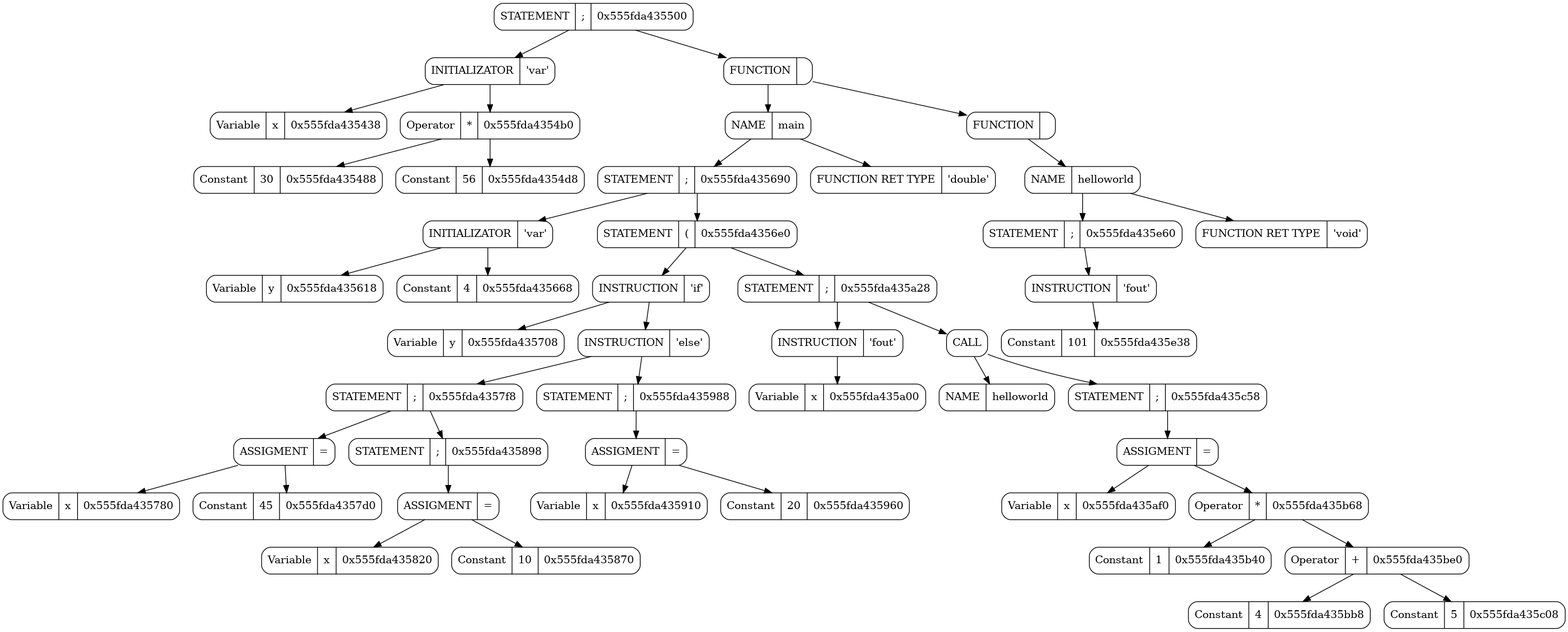
Above: graphics/kek.png in ArsenySamoylov/Lang (Graphviz), before the change. Its source is kept beside it as graphics/dot/kek.dot.
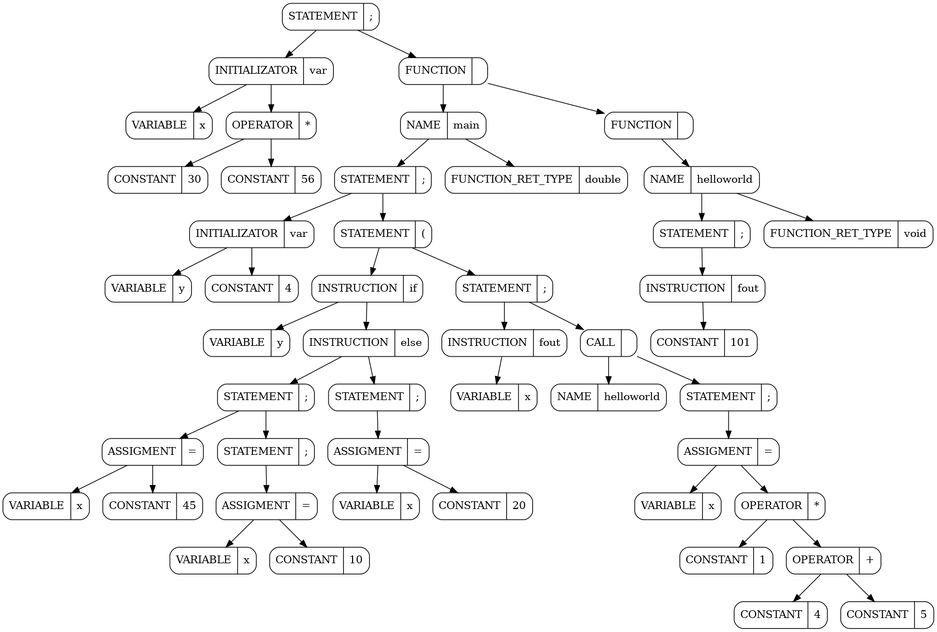
Later version of the same file.

The edit, as a diff of the source:
```diff
@@ -1,175 +1,147 @@
 digraph
 {
 rankdir = TB # RANKDIR
-		node_0x555fda435500 [shape = Mrecord label =  "STATEMENT   | {;} | {0x555fda435500}"]
-		node_0x555fda435410 [shape = Mrecord label =  "INITIALIZATOR | {'var'}
-
-"]
-		node_0x555fda435500 -> node_0x555fda435410
-		node_0x555fda435410 [shape = Mrecord label =  "INITIALIZATOR | {'var'}
-
-"]
-		node_0x555fda435438 [shape = Mrecord label =  "Variable | {x} | {0x555fda435438}"]
-		node_0x555fda435410 -> node_0x555fda435438
-		node_0x555fda435438 [shape = Mrecord label =  "Variable | {x} | {0x555fda435438}"]
-		node_0x555fda4354b0 [shape = Mrecord label =  "Operator | {*} | {0x555fda4354b0}"]
-		node_0x555fda435410 -> node_0x555fda4354b0
-		node_0x555fda4354b0 [shape = Mrecord label =  "Operator | {*} | {0x555fda4354b0}"]
-		node_0x555fda435488 [shape = Mrecord label =  "Constant | {30} | {0x555fda435488}"]
-		node_0x555fda4354b0 -> node_0x555fda435488
-		node_0x555fda435488 [shape = Mrecord label =  "Constant | {30} | {0x555fda435488}"]
-		node_0x555fda4354d8 [shape = Mrecord label =  "Constant | {56} | {0x555fda4354d8}"]
-		node_0x555fda4354b0 -> node_0x555fda4354d8
-		node_0x555fda4354d8 [shape = Mrecord label =  "Constant | {56} | {0x555fda4354d8}"]
-		node_0x555fda435cf8 [shape = Mrecord label =  "FUNCTION | {}} | {0x555fda435cf8}"]
-		node_0x555fda435500 -> node_0x555fda435cf8
-		node_0x555fda435cf8 [shape = Mrecord label =  "FUNCTION | {}} | {0x555fda435cf8}"]
-		node_0x555fda434a60 [shape = Mrecord label =  "NAME | {main}
-
-"]
-		node_0x555fda435cf8 -> node_0x555fda434a60
-		node_0x555fda434a60 [shape = Mrecord label =  "NAME | {main}
-
-"]
-		node_0x555fda435690 [shape = Mrecord label =  "STATEMENT   | {;} | {0x555fda435690}"]
-		node_0x555fda434a60 -> node_0x555fda435690
-		node_0x555fda435690 [shape = Mrecord label =  "STATEMENT   | {;} | {0x555fda435690}"]
-		node_0x555fda4355f0 [shape = Mrecord label =  "INITIALIZATOR | {'var'}
-
-"]
-		node_0x555fda435690 -> node_0x555fda4355f0
-		node_0x555fda4355f0 [shape = Mrecord label =  "INITIALIZATOR | {'var'}
-
-"]
-		node_0x555fda435618 [shape = Mrecord label =  "Variable | {y} | {0x555fda435618}"]
-		node_0x555fda4355f0 -> node_0x555fda435618
-		node_0x555fda435618 [shape = Mrecord label =  "Variable | {y} | {0x555fda435618}"]
-		node_0x555fda435668 [shape = Mrecord label =  "Constant | {4} | {0x555fda435668}"]
-		node_0x555fda4355f0 -> node_0x555fda435668
-		node_0x555fda435668 [shape = Mrecord label =  "Constant | {4} | {0x555fda435668}"]
-		node_0x555fda4356e0 [shape = Mrecord label =  "STATEMENT   | {(} | {0x555fda4356e0}"]
-		node_0x555fda435690 -> node_0x555fda4356e0
-		node_0x555fda4356e0 [shape = Mrecord label =  "STATEMENT   | {(} | {0x555fda4356e0}"]
-		node_0x555fda4356b8 [shape = Mrecord label =  "INSTRUCTION | {'if'} "]
-		node_0x555fda4356e0 -> node_0x555fda4356b8
-		node_0x555fda4356b8 [shape = Mrecord label =  "INSTRUCTION | {'if'} "]
-		node_0x555fda435708 [shape = Mrecord label =  "Variable | {y} | {0x555fda435708}"]
-		node_0x555fda4356b8 -> node_0x555fda435708
-		node_0x555fda435708 [shape = Mrecord label =  "Variable | {y} | {0x555fda435708}"]
-		node_0x555fda4358e8 [shape = Mrecord label =  "INSTRUCTION | {'else'} "]
-		node_0x555fda4356b8 -> node_0x555fda4358e8
-		node_0x555fda4358e8 [shape = Mrecord label =  "INSTRUCTION | {'else'} "]
-		node_0x555fda4357f8 [shape = Mrecord label =  "STATEMENT   | {;} | {0x555fda4357f8}"]
-		node_0x555fda4358e8 -> node_0x555fda4357f8
-		node_0x555fda4357f8 [shape = Mrecord label =  "STATEMENT   | {;} | {0x555fda4357f8}"]
-		node_0x555fda4357a8 [shape = Mrecord label =  "ASSIGMENT | {=}"]
-		node_0x555fda4357f8 -> node_0x555fda4357a8
-		node_0x555fda4357a8 [shape = Mrecord label =  "ASSIGMENT | {=}"]
-		node_0x555fda435780 [shape = Mrecord label =  "Variable | {x} | {0x555fda435780}"]
-		node_0x555fda4357a8 -> node_0x555fda435780
-		node_0x555fda435780 [shape = Mrecord label =  "Variable | {x} | {0x555fda435780}"]
-		node_0x555fda4357d0 [shape = Mrecord label =  "Constant | {45} | {0x555fda4357d0}"]
-		node_0x555fda4357a8 -> node_0x555fda4357d0
-		node_0x555fda4357d0 [shape = Mrecord label =  "Constant | {45} | {0x555fda4357d0}"]
-		node_0x555fda435898 [shape = Mrecord label =  "STATEMENT   | {;} | {0x555fda435898}"]
-		node_0x555fda4357f8 -> node_0x555fda435898
-		node_0x555fda435898 [shape = Mrecord label =  "STATEMENT   | {;} | {0x555fda435898}"]
-		node_0x555fda435848 [shape = Mrecord label =  "ASSIGMENT | {=}"]
-		node_0x555fda435898 -> node_0x555fda435848
-		node_0x555fda435848 [shape = Mrecord label =  "ASSIGMENT | {=}"]
-		node_0x555fda435820 [shape = Mrecord label =  "Variable | {x} | {0x555fda435820}"]
-		node_0x555fda435848 -> node_0x555fda435820
-		node_0x555fda435820 [shape = Mrecord label =  "Variable | {x} | {0x555fda435820}"]
-		node_0x555fda435870 [shape = Mrecord label =  "Constant | {10} | {0x555fda435870}"]
-		node_0x555fda435848 -> node_0x555fda435870
-		node_0x555fda435870 [shape = Mrecord label =  "Constant | {10} | {0x555fda435870}"]
-		node_0x555fda435988 [shape = Mrecord label =  "STATEMENT   | {;} | {0x555fda435988}"]
-		node_0x555fda4358e8 -> node_0x555fda435988
-		node_0x555fda435988 [shape = Mrecord label =  "STATEMENT   | {;} | {0x555fda435988}"]
-		node_0x555fda435938 [shape = Mrecord label =  "ASSIGMENT | {=}"]
-		node_0x555fda435988 -> node_0x555fda435938
-		node_0x555fda435938 [shape = Mrecord label =  "ASSIGMENT | {=}"]
-		node_0x555fda435910 [shape = Mrecord label =  "Variable | {x} | {0x555fda435910}"]
-		node_0x555fda435938 -> node_0x555fda435910
-		node_0x555fda435910 [shape = Mrecord label =  "Variable | {x} | {0x555fda435910}"]
-		node_0x555fda435960 [shape = Mrecord label =  "Constant | {20} | {0x555fda435960}"]
-		node_0x555fda435938 -> node_0x555fda435960
-		node_0x555fda435960 [shape = Mrecord label =  "Constant | {20} | {0x555fda435960}"]
-		node_0x555fda435a28 [shape = Mrecord label =  "STATEMENT   | {;} | {0x555fda435a28}"]
-		node_0x555fda4356e0 -> node_0x555fda435a28
-		node_0x555fda435a28 [shape = Mrecord label =  "STATEMENT   | {;} | {0x555fda435a28}"]
-		node_0x555fda4359b0 [shape = Mrecord label =  "INSTRUCTION | {'fout'} "]
-		node_0x555fda435a28 -> node_0x555fda4359b0
-		node_0x555fda4359b0 [shape = Mrecord label =  "INSTRUCTION | {'fout'} "]
-		node_0x555fda435a00 [shape = Mrecord label =  "Variable | {x} | {0x555fda435a00}"]
-		node_0x555fda4359b0 -> node_0x555fda435a00
-		node_0x555fda435a00 [shape = Mrecord label =  "Variable | {x} | {0x555fda435a00}"]
-		node_0x555fda434a30 [shape = Mrecord label =  "CALL "]
-		node_0x555fda435a28 -> node_0x555fda434a30
-		node_0x555fda434a30 [shape = Mrecord label =  "CALL "]
-		node_0x555fda435a50 [shape = Mrecord label =  "NAME | {helloworld}
-
-"]
-		node_0x555fda434a30 -> node_0x555fda435a50
-		node_0x555fda435a50 [shape = Mrecord label =  "NAME | {helloworld}
-
-"]
-		node_0x555fda435c58 [shape = Mrecord label =  "STATEMENT   | {;} | {0x555fda435c58}"]
-		node_0x555fda434a30 -> node_0x555fda435c58
-		node_0x555fda435c58 [shape = Mrecord label =  "STATEMENT   | {;} | {0x555fda435c58}"]
-		node_0x555fda435b18 [shape = Mrecord label =  "ASSIGMENT | {=}"]
-		node_0x555fda435c58 -> node_0x555fda435b18
-		node_0x555fda435b18 [shape = Mrecord label =  "ASSIGMENT | {=}"]
-		node_0x555fda435af0 [shape = Mrecord label =  "Variable | {x} | {0x555fda435af0}"]
-		node_0x555fda435b18 -> node_0x555fda435af0
-		node_0x555fda435af0 [shape = Mrecord label =  "Variable | {x} | {0x555fda435af0}"]
-		node_0x555fda435b68 [shape = Mrecord label =  "Operator | {*} | {0x555fda435b68}"]
-		node_0x555fda435b18 -> node_0x555fda435b68
-		node_0x555fda435b68 [shape = Mrecord label =  "Operator | {*} | {0x555fda435b68}"]
-		node_0x555fda435b40 [shape = Mrecord label =  "Constant | {1} | {0x555fda435b40}"]
-		node_0x555fda435b68 -> node_0x555fda435b40
-		node_0x555fda435b40 [shape = Mrecord label =  "Constant | {1} | {0x555fda435b40}"]
-		node_0x555fda435be0 [shape = Mrecord label =  "Operator | {+} | {0x555fda435be0}"]
-		node_0x555fda435b68 -> node_0x555fda435be0
-		node_0x555fda435be0 [shape = Mrecord label =  "Operator | {+} | {0x555fda435be0}"]
-		node_0x555fda435bb8 [shape = Mrecord label =  "Constant | {4} | {0x555fda435bb8}"]
-		node_0x555fda435be0 -> node_0x555fda435bb8
-		node_0x555fda435bb8 [shape = Mrecord label =  "Constant | {4} | {0x555fda435bb8}"]
-		node_0x555fda435c08 [shape = Mrecord label =  "Constant | {5} | {0x555fda435c08}"]
-		node_0x555fda435be0 -> node_0x555fda435c08
-		node_0x555fda435c08 [shape = Mrecord label =  "Constant | {5} | {0x555fda435c08}"]
-		node_0x555fda434a90 [shape = Mrecord label =  "FUNCTION RET TYPE | {'double'}
-
-"]
-		node_0x555fda434a60 -> node_0x555fda434a90
-		node_0x555fda434a90 [shape = Mrecord label =  "FUNCTION RET TYPE | {'double'}
-
-"]
-		node_0x555fda435ed8 [shape = Mrecord label =  "FUNCTION | {}} | {0x555fda435ed8}"]
-		node_0x555fda435cf8 -> node_0x555fda435ed8
-		node_0x555fda435ed8 [shape = Mrecord label =  "FUNCTION | {}} | {0x555fda435ed8}"]
-		node_0x555fda434af0 [shape = Mrecord label =  "NAME | {helloworld}
-
-"]
-		node_0x555fda435ed8 -> node_0x555fda434af0
-		node_0x555fda434af0 [shape = Mrecord label =  "NAME | {helloworld}
-
-"]
-		node_0x555fda435e60 [shape = Mrecord label =  "STATEMENT   | {;} | {0x555fda435e60}"]
-		node_0x555fda434af0 -> node_0x555fda435e60
-		node_0x555fda435e60 [shape = Mrecord label =  "STATEMENT   | {;} | {0x555fda435e60}"]
-		node_0x555fda435de8 [shape = Mrecord label =  "INSTRUCTION | {'fout'} "]
-		node_0x555fda435e60 -> node_0x555fda435de8
-		node_0x555fda435de8 [shape = Mrecord label =  "INSTRUCTION | {'fout'} "]
-		node_0x555fda435e38 [shape = Mrecord label =  "Constant | {101} | {0x555fda435e38}"]
-		node_0x555fda435de8 -> node_0x555fda435e38
-		node_0x555fda435e38 [shape = Mrecord label =  "Constant | {101} | {0x555fda435e38}"]
-		node_0x555fda434b20 [shape = Mrecord label =  "FUNCTION RET TYPE | {'void'}
-
-"]
-		node_0x555fda434af0 -> node_0x555fda434b20
-		node_0x555fda434b20 [shape = Mrecord label =  "FUNCTION RET TYPE | {'void'}
-
-"]
+		node_0x564daeaed500 [shape = Mrecord label =  "STATEMENT | {;}"]
+		node_0x564daeaed410 [shape = Mrecord label =  "INITIALIZATOR | {var}"]
+		node_0x564daeaed500 -> node_0x564daeaed410
+		node_0x564daeaed410 [shape = Mrecord label =  "INITIALIZATOR | {var}"]
+		node_0x564daeaed438 [shape = Mrecord label =  "VARIABLE | {x}"]
+		node_0x564daeaed410 -> node_0x564daeaed438
+		node_0x564daeaed438 [shape = Mrecord label =  "VARIABLE | {x}"]
+		node_0x564daeaed4b0 [shape = Mrecord label =  "OPERATOR | {*}"]
+		node_0x564daeaed410 -> node_0x564daeaed4b0
+		node_0x564daeaed4b0 [shape = Mrecord label =  "OPERATOR | {*}"]
+		node_0x564daeaed488 [shape = Mrecord label =  "CONSTANT | {30}"]
+		node_0x564daeaed4b0 -> node_0x564daeaed488
+		node_0x564daeaed488 [shape = Mrecord label =  "CONSTANT | {30}"]
+		node_0x564daeaed4d8 [shape = Mrecord label =  "CONSTANT | {56}"]
+		node_0x564daeaed4b0 -> node_0x564daeaed4d8
+		node_0x564daeaed4d8 [shape = Mrecord label =  "CONSTANT | {56}"]
+		node_0x564daeaedcf8 [shape = Mrecord label =  "FUNCTION | {}}"]
+		node_0x564daeaed500 -> node_0x564daeaedcf8
+		node_0x564daeaedcf8 [shape = Mrecord label =  "FUNCTION | {}}"]
+		node_0x564daeaeca60 [shape = Mrecord label =  "NAME | {main}"]
+		node_0x564daeaedcf8 -> node_0x564daeaeca60
+		node_0x564daeaeca60 [shape = Mrecord label =  "NAME | {main}"]
+		node_0x564daeaed690 [shape = Mrecord label =  "STATEMENT | {;}"]
+		node_0x564daeaeca60 -> node_0x564daeaed690
+		node_0x564daeaed690 [shape = Mrecord label =  "STATEMENT | {;}"]
+		node_0x564daeaed5f0 [shape = Mrecord label =  "INITIALIZATOR | {var}"]
+		node_0x564daeaed690 -> node_0x564daeaed5f0
+		node_0x564daeaed5f0 [shape = Mrecord label =  "INITIALIZATOR | {var}"]
+		node_0x564daeaed618 [shape = Mrecord label =  "VARIABLE | {y}"]
+		node_0x564daeaed5f0 -> node_0x564daeaed618
+		node_0x564daeaed618 [shape = Mrecord label =  "VARIABLE | {y}"]
+		node_0x564daeaed668 [shape = Mrecord label =  "CONSTANT | {4}"]
+		node_0x564daeaed5f0 -> node_0x564daeaed668
+		node_0x564daeaed668 [shape = Mrecord label =  "CONSTANT | {4}"]
+		node_0x564daeaed6e0 [shape = Mrecord label =  "STATEMENT | {(}"]
+		node_0x564daeaed690 -> node_0x564daeaed6e0
+		node_0x564daeaed6e0 [shape = Mrecord label =  "STATEMENT | {(}"]
+		node_0x564daeaed6b8 [shape = Mrecord label =  "INSTRUCTION | {if}"]
+		node_0x564daeaed6e0 -> node_0x564daeaed6b8
+		node_0x564daeaed6b8 [shape = Mrecord label =  "INSTRUCTION | {if}"]
+		node_0x564daeaed708 [shape = Mrecord label =  "VARIABLE | {y}"]
+		node_0x564daeaed6b8 -> node_0x564daeaed708
+		node_0x564daeaed708 [shape = Mrecord label =  "VARIABLE | {y}"]
+		node_0x564daeaed8e8 [shape = Mrecord label =  "INSTRUCTION | {else}"]
+		node_0x564daeaed6b8 -> node_0x564daeaed8e8
+		node_0x564daeaed8e8 [shape = Mrecord label =  "INSTRUCTION | {else}"]
+		node_0x564daeaed7f8 [shape = Mrecord label =  "STATEMENT | {;}"]
+		node_0x564daeaed8e8 -> node_0x564daeaed7f8
+		node_0x564daeaed7f8 [shape = Mrecord label =  "STATEMENT | {;}"]
+		node_0x564daeaed7a8 [shape = Mrecord label =  "ASSIGMENT | {=}"]
+		node_0x564daeaed7f8 -> node_0x564daeaed7a8
+		node_0x564daeaed7a8 [shape = Mrecord label =  "ASSIGMENT | {=}"]
+		node_0x564daeaed780 [shape = Mrecord label =  "VARIABLE | {x}"]
+		node_0x564daeaed7a8 -> node_0x564daeaed780
+		node_0x564daeaed780 [shape = Mrecord label =  "VARIABLE | {x}"]
+		node_0x564daeaed7d0 [shape = Mrecord label =  "CONSTANT | {45}"]
+		node_0x564daeaed7a8 -> node_0x564daeaed7d0
+		node_0x564daeaed7d0 [shape = Mrecord label =  "CONSTANT | {45}"]
+		node_0x564daeaed898 [shape = Mrecord label =  "STATEMENT | {;}"]
+		node_0x564daeaed7f8 -> node_0x564daeaed898
+		node_0x564daeaed898 [shape = Mrecord label =  "STATEMENT | {;}"]
+		node_0x564daeaed848 [shape = Mrecord label =  "ASSIGMENT | {=}"]
+		node_0x564daeaed898 -> node_0x564daeaed848
+		node_0x564daeaed848 [shape = Mrecord label =  "ASSIGMENT | {=}"]
+		node_0x564daeaed820 [shape = Mrecord label =  "VARIABLE | {x}"]
+		node_0x564daeaed848 -> node_0x564daeaed820
+		node_0x564daeaed820 [shape = Mrecord label =  "VARIABLE | {x}"]
+		node_0x564daeaed870 [shape = Mrecord label =  "CONSTANT | {10}"]
+		node_0x564daeaed848 -> node_0x564daeaed870
+		node_0x564daeaed870 [shape = Mrecord label =  "CONSTANT | {10}"]
+		node_0x564daeaed988 [shape = Mrecord label =  "STATEMENT | {;}"]
+		node_0x564daeaed8e8 -> node_0x564daeaed988
+		node_0x564daeaed988 [shape = Mrecord label =  "STATEMENT | {;}"]
+		node_0x564daeaed938 [shape = Mrecord label =  "ASSIGMENT | {=}"]
+		node_0x564daeaed988 -> node_0x564daeaed938
+		node_0x564daeaed938 [shape = Mrecord label =  "ASSIGMENT | {=}"]
+		node_0x564daeaed910 [shape = Mrecord label =  "VARIABLE | {x}"]
+		node_0x564daeaed938 -> node_0x564daeaed910
+		node_0x564daeaed910 [shape = Mrecord label =  "VARIABLE | {x}"]
+		node_0x564daeaed960 [shape = Mrecord label =  "CONSTANT | {20}"]
+		node_0x564daeaed938 -> node_0x564daeaed960
+		node_0x564daeaed960 [shape = Mrecord label =  "CONSTANT | {20}"]
+		node_0x564daeaeda28 [shape = Mrecord label =  "STATEMENT | {;}"]
+		node_0x564daeaed6e0 -> node_0x564daeaeda28
+		node_0x564daeaeda28 [shape = Mrecord label =  "STATEMENT | {;}"]
+		node_0x564daeaed9b0 [shape = Mrecord label =  "INSTRUCTION | {fout}"]
+		node_0x564daeaeda28 -> node_0x564daeaed9b0
+		node_0x564daeaed9b0 [shape = Mrecord label =  "INSTRUCTION | {fout}"]
+		node_0x564daeaeda00 [shape = Mrecord label =  "VARIABLE | {x}"]
+		node_0x564daeaed9b0 -> node_0x564daeaeda00
+		node_0x564daeaeda00 [shape = Mrecord label =  "VARIABLE | {x}"]
+		node_0x564daeaeca30 [shape = Mrecord label =  "CALL | { }"]
+		node_0x564daeaeda28 -> node_0x564daeaeca30
+		node_0x564daeaeca30 [shape = Mrecord label =  "CALL | { }"]
+		node_0x564daeaeda50 [shape = Mrecord label =  "NAME | {helloworld}"]
+		node_0x564daeaeca30 -> node_0x564daeaeda50
+		node_0x564daeaeda50 [shape = Mrecord label =  "NAME | {helloworld}"]
+		node_0x564daeaedc58 [shape = Mrecord label =  "STATEMENT | {;}"]
+		node_0x564daeaeca30 -> node_0x564daeaedc58
+		node_0x564daeaedc58 [shape = Mrecord label =  "STATEMENT | {;}"]
+		node_0x564daeaedb18 [shape = Mrecord label =  "ASSIGMENT | {=}"]
+		node_0x564daeaedc58 -> node_0x564daeaedb18
+		node_0x564daeaedb18 [shape = Mrecord label =  "ASSIGMENT | {=}"]
+		node_0x564daeaedaf0 [shape = Mrecord label =  "VARIABLE | {x}"]
+		node_0x564daeaedb18 -> node_0x564daeaedaf0
+		node_0x564daeaedaf0 [shape = Mrecord label =  "VARIABLE | {x}"]
+		node_0x564daeaedb68 [shape = Mrecord label =  "OPERATOR | {*}"]
+		node_0x564daeaedb18 -> node_0x564daeaedb68
+		node_0x564daeaedb68 [shape = Mrecord label =  "OPERATOR | {*}"]
+		node_0x564daeaedb40 [shape = Mrecord label =  "CONSTANT | {1}"]
+		node_0x564daeaedb68 -> node_0x564daeaedb40
+		node_0x564daeaedb40 [shape = Mrecord label =  "CONSTANT | {1}"]
+		node_0x564daeaedbe0 [shape = Mrecord label =  "OPERATOR | {+}"]
+		node_0x564daeaedb68 -> node_0x564daeaedbe0
+		node_0x564daeaedbe0 [shape = Mrecord label =  "OPERATOR | {+}"]
+		node_0x564daeaedbb8 [shape = Mrecord label =  "CONSTANT | {4}"]
+		node_0x564daeaedbe0 -> node_0x564daeaedbb8
+		node_0x564daeaedbb8 [shape = Mrecord label =  "CONSTANT | {4}"]
+		node_0x564daeaedc08 [shape = Mrecord label =  "CONSTANT | {5}"]
+		node_0x564daeaedbe0 -> node_0x564daeaedc08
+		node_0x564daeaedc08 [shape = Mrecord label =  "CONSTANT | {5}"]
+		node_0x564daeaeca90 [shape = Mrecord label =  "FUNCTION_RET_TYPE | {double}"]
+		node_0x564daeaeca60 -> node_0x564daeaeca90
+		node_0x564daeaeca90 [shape = Mrecord label =  "FUNCTION_RET_TYPE | {double}"]
+		node_0x564daeaeded8 [shape = Mrecord label =  "FUNCTION | {}}"]
+		node_0x564daeaedcf8 -> node_0x564daeaeded8
+		node_0x564daeaeded8 [shape = Mrecord label =  "FUNCTION | {}}"]
+		node_0x564daeaecaf0 [shape = Mrecord label =  "NAME | {helloworld}"]
+		node_0x564daeaeded8 -> node_0x564daeaecaf0
+		node_0x564daeaecaf0 [shape = Mrecord label =  "NAME | {helloworld}"]
+		node_0x564daeaede60 [shape = Mrecord label =  "STATEMENT | {;}"]
+		node_0x564daeaecaf0 -> node_0x564daeaede60
+		node_0x564daeaede60 [shape = Mrecord label =  "STATEMENT | {;}"]
+		node_0x564daeaedde8 [shape = Mrecord label =  "INSTRUCTION | {fout}"]
+		node_0x564daeaede60 -> node_0x564daeaedde8
+		node_0x564daeaedde8 [shape = Mrecord label =  "INSTRUCTION | {fout}"]
+		node_0x564daeaede38 [shape = Mrecord label =  "CONSTANT | {101}"]
+		node_0x564daeaedde8 -> node_0x564daeaede38
+		node_0x564daeaede38 [shape = Mrecord label =  "CONSTANT | {101}"]
+		node_0x564daeaecb20 [shape = Mrecord label =  "FUNCTION_RET_TYPE | {void}"]
+		node_0x564daeaecaf0 -> node_0x564daeaecb20
+		node_0x564daeaecb20 [shape = Mrecord label =  "FUNCTION_RET_TYPE | {void}"]
 
 }
```
